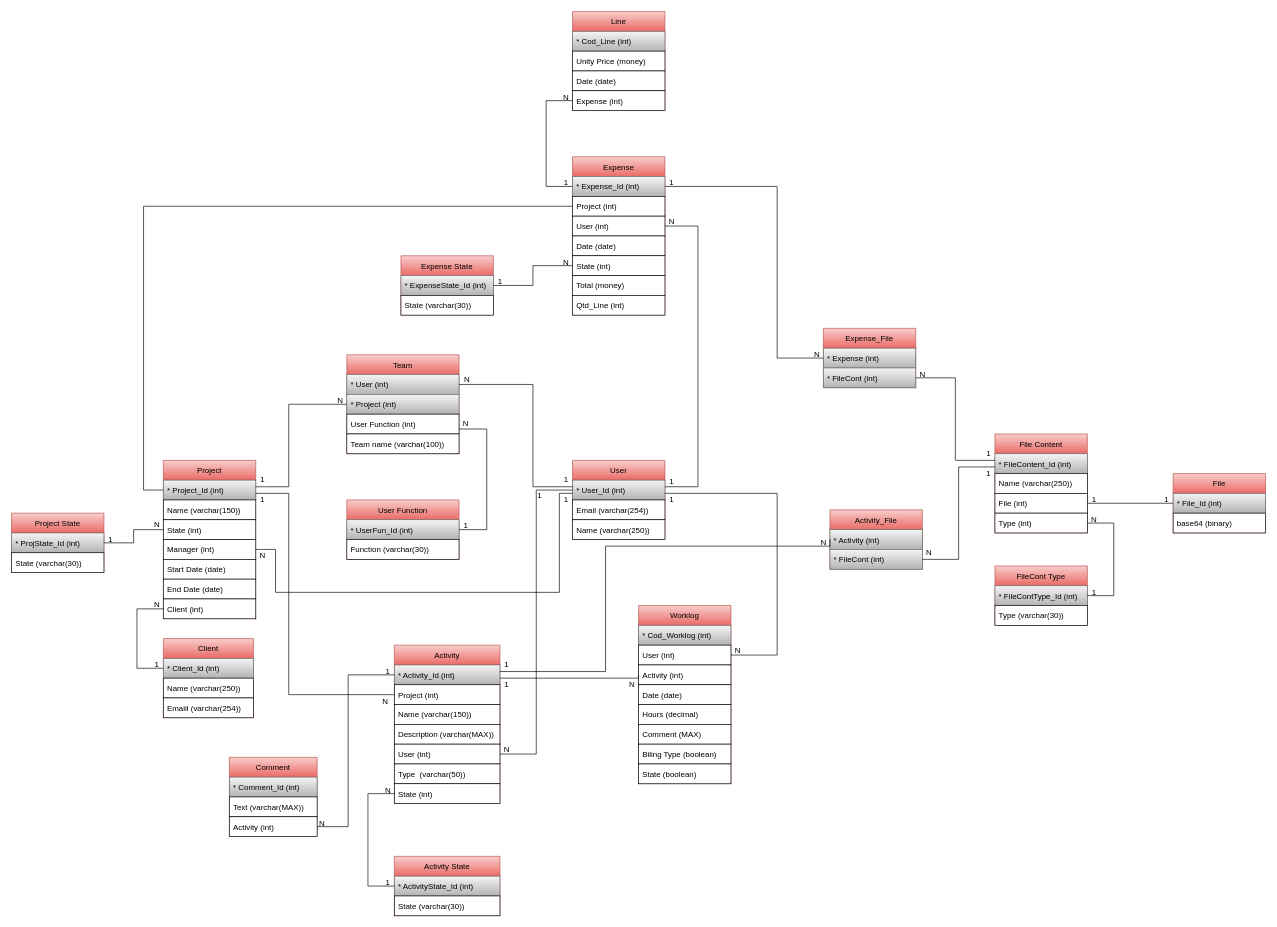
Above: Relatório/Timesheet DB.drawio in rjcasaca/inete2022 (draw.io), before the change. Source tidied: cells renumbered, new cells numbered last; positions are measured from the earlier drawing's top-left corner, leaving out a move shared by most shapes. Both pictures are drawn from the tidied source at 66%, with x=0, y=0 at pixel (11, 11).
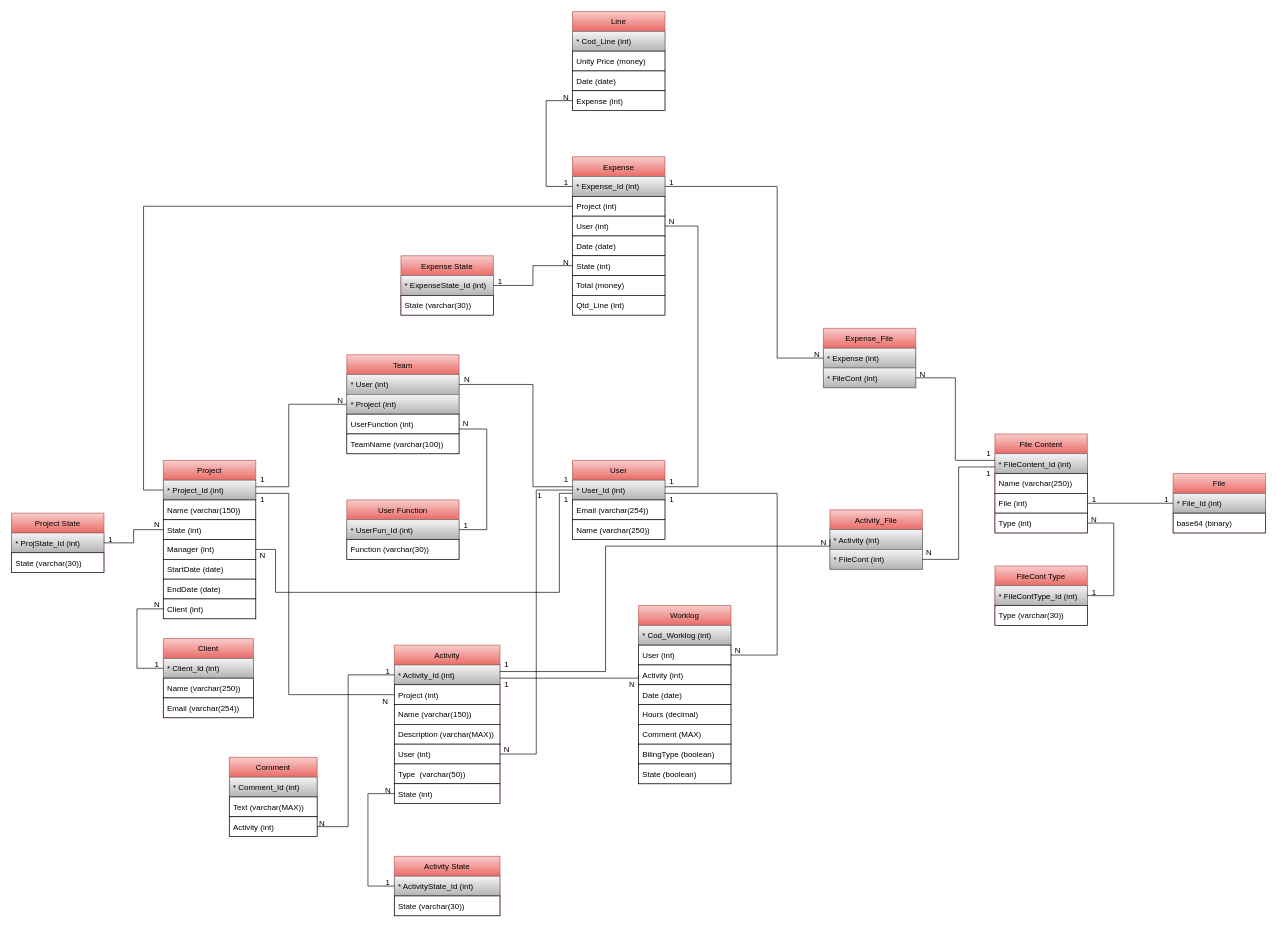
The same diagram, later.

Unchanged cells that the change refers to:
```xml
<mxCell id="6" value="Team" style="swimlane;fontStyle=0;horizontal=1;startSize=30;fillColor=#f8cecc;strokeColor=#b85450;gradientColor=#ea6b66;" parent="1" vertex="1">
  <mxGeometry x="508" y="520" width="170" height="150" as="geometry" />
</mxCell>
<mxCell id="11" value="Project" style="swimlane;fontStyle=0;horizontal=1;startSize=30;fillColor=#f8cecc;strokeColor=#b85450;gradientColor=#ea6b66;" parent="1" vertex="1">
  <mxGeometry x="230" y="680" width="140" height="240" as="geometry" />
</mxCell>
<mxCell id="27" value="Worklog" style="swimlane;fontStyle=0;horizontal=1;startSize=30;fillColor=#f8cecc;strokeColor=#b85450;gradientColor=#ea6b66;swimlaneFillColor=none;" parent="1" vertex="1">
  <mxGeometry x="950" y="900" width="140" height="270" as="geometry" />
</mxCell>
<mxCell id="36" value="Client" style="swimlane;fontStyle=0;horizontal=1;startSize=30;strokeColor=#b85450;fillColor=#f8cecc;gradientColor=#ea6b66;" parent="1" vertex="1">
  <mxGeometry x="230" y="950" width="136.5" height="120" as="geometry" />
</mxCell>
```

The edit, as a diff of the source:
```diff
@@
-    <mxCell id="9" value="User Function (int)" style="text;strokeColor=default;fillColor=default;align=left;verticalAlign=middle;spacingLeft=4;spacingRight=4;overflow=hidden;" parent="6" vertex="1">
+    <mxCell id="9" value="UserFunction (int)" style="text;strokeColor=default;fillColor=default;align=left;verticalAlign=middle;spacingLeft=4;spacingRight=4;overflow=hidden;" parent="6" vertex="1">
       <mxGeometry y="90" width="170" height="30" as="geometry" />
     </mxCell>
-    <mxCell id="10" value="Team name (varchar(100))" style="text;strokeColor=default;fillColor=default;align=left;verticalAlign=middle;spacingLeft=4;spacingRight=4;overflow=hidden;" parent="6" vertex="1">
+    <mxCell id="10" value="TeamName (varchar(100))" style="text;strokeColor=default;fillColor=default;align=left;verticalAlign=middle;spacingLeft=4;spacingRight=4;overflow=hidden;" parent="6" vertex="1">
       <mxGeometry y="120" width="170" height="30" as="geometry" />
     </mxCell>
@@
-    <mxCell id="16" value="Start Date (date)" style="text;strokeColor=default;fillColor=default;align=left;verticalAlign=middle;spacingLeft=4;spacingRight=4;overflow=hidden;" parent="11" vertex="1">
+    <mxCell id="16" value="StartDate (date)" style="text;strokeColor=default;fillColor=default;align=left;verticalAlign=middle;spacingLeft=4;spacingRight=4;overflow=hidden;" parent="11" vertex="1">
       <mxGeometry y="150" width="140" height="30" as="geometry" />
     </mxCell>
-    <mxCell id="17" value="End Date (date)" style="text;strokeColor=default;fillColor=default;align=left;verticalAlign=middle;spacingLeft=4;spacingRight=4;overflow=hidden;" parent="11" vertex="1">
+    <mxCell id="17" value="EndDate (date)" style="text;strokeColor=default;fillColor=default;align=left;verticalAlign=middle;spacingLeft=4;spacingRight=4;overflow=hidden;" parent="11" vertex="1">
       <mxGeometry y="180" width="140" height="30" as="geometry" />
     </mxCell>
@@
-    <mxCell id="34" value="Biling Type (boolean)" style="text;strokeColor=default;fillColor=default;align=left;verticalAlign=middle;spacingLeft=4;spacingRight=4;overflow=hidden;" parent="27" vertex="1">
+    <mxCell id="34" value="BilingType (boolean)" style="text;strokeColor=default;fillColor=default;align=left;verticalAlign=middle;spacingLeft=4;spacingRight=4;overflow=hidden;" parent="27" vertex="1">
       <mxGeometry y="210" width="140" height="30" as="geometry" />
     </mxCell>
@@
-    <mxCell id="39" value="Emaiil (varchar(254))" style="text;strokeColor=default;fillColor=default;align=left;verticalAlign=middle;spacingLeft=4;spacingRight=4;overflow=hidden;gradientColor=none;" parent="36" vertex="1">
+    <mxCell id="39" value="Email (varchar(254))" style="text;strokeColor=default;fillColor=default;align=left;verticalAlign=middle;spacingLeft=4;spacingRight=4;overflow=hidden;gradientColor=none;" parent="36" vertex="1">
       <mxGeometry y="90" width="136.5" height="30" as="geometry" />
     </mxCell>
```
